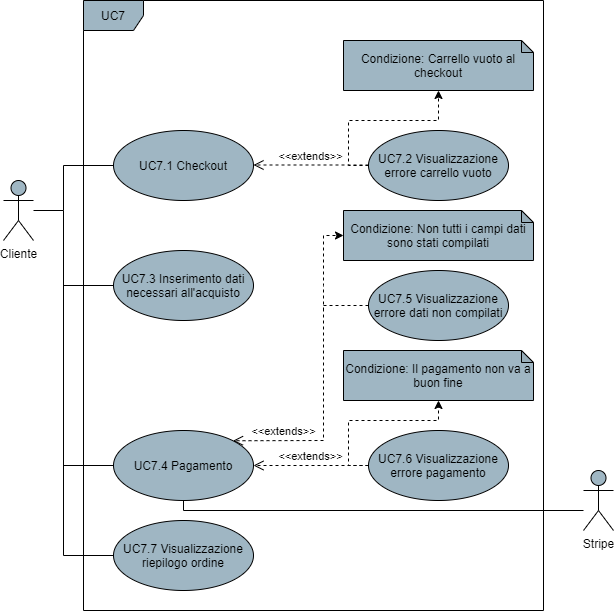
This is DocumentazioneEsterna/AnalisiDeiRequisiti/res/UseCase/Immagini/AcquistoProdotti.png from Omicron-Team/Documentazione, a draw.io export, as it was before one commit. Source tidied: cells renumbered, new cells last; positions are measured from the earlier drawing's top-left corner, leaving out a move shared by most shapes.
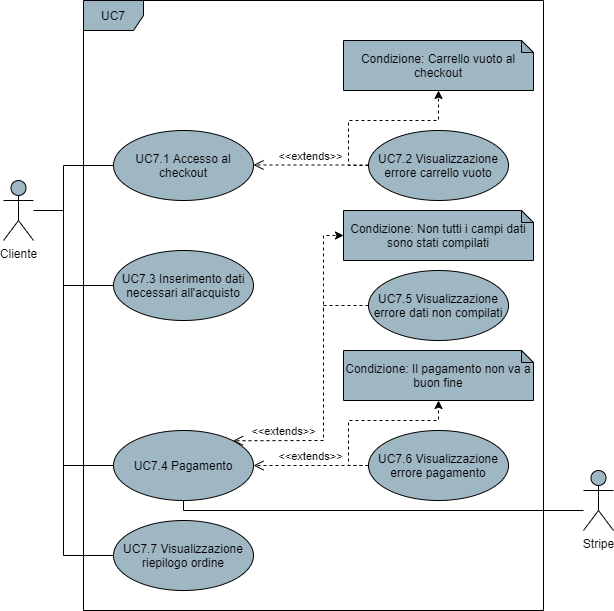
Later version of the same file.

Commit message:
Modifica UC7 (Punti 3 e 4 #90)

Diff of the diagram source:
```diff
@@ -85,7 +85,7 @@
         </Array>
       </mxGeometry>
     </mxCell>
-    <mxCell id="18" value="UC7.1 Checkout" style="ellipse;whiteSpace=wrap;html=1;fillColor=#9FB6C3;" parent="1" vertex="1">
+    <mxCell id="18" value="UC7.1 Accesso al checkout" style="ellipse;whiteSpace=wrap;html=1;fillColor=#9FB6C3;" parent="1" vertex="1">
       <mxGeometry x="110" y="130" width="140" height="70" as="geometry" />
     </mxCell>
     <mxCell id="19" value="UC7.2 Visualizzazione errore carrello vuoto" style="ellipse;whiteSpace=wrap;html=1;fillColor=#9FB6C3;" parent="1" vertex="1">
```
